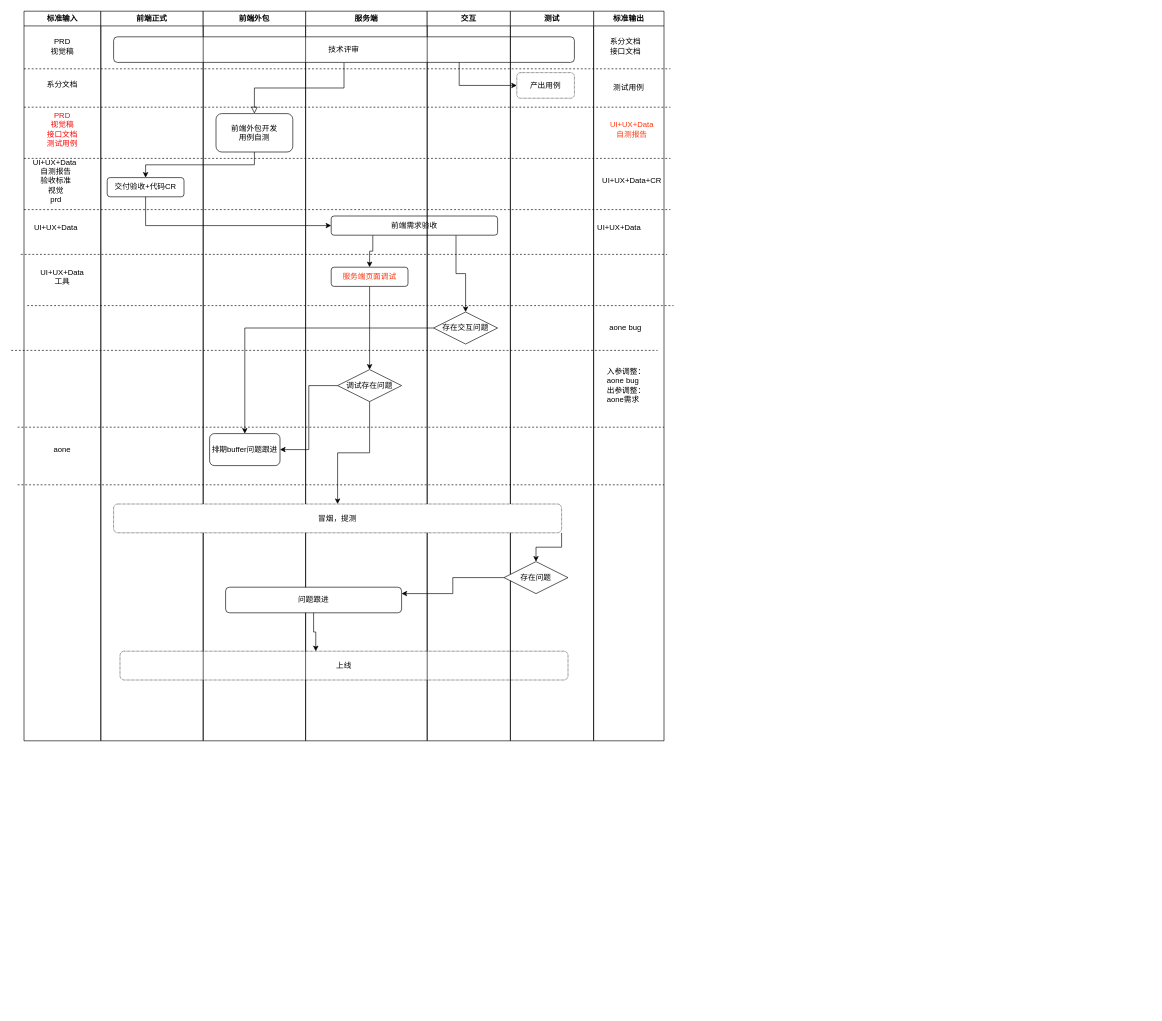
The draw.io diagram Untitled Diagram.drawio in huangzuizui/react-native-demo-TestApp20, before the edit. Source tidied: cells renumbered, new cells numbered last; positions are measured from the earlier drawing's top-left corner, leaving out a move shared by most shapes. Both pictures are drawn from the tidied source at 64%, with x=0, y=0 at pixel (11, 11).
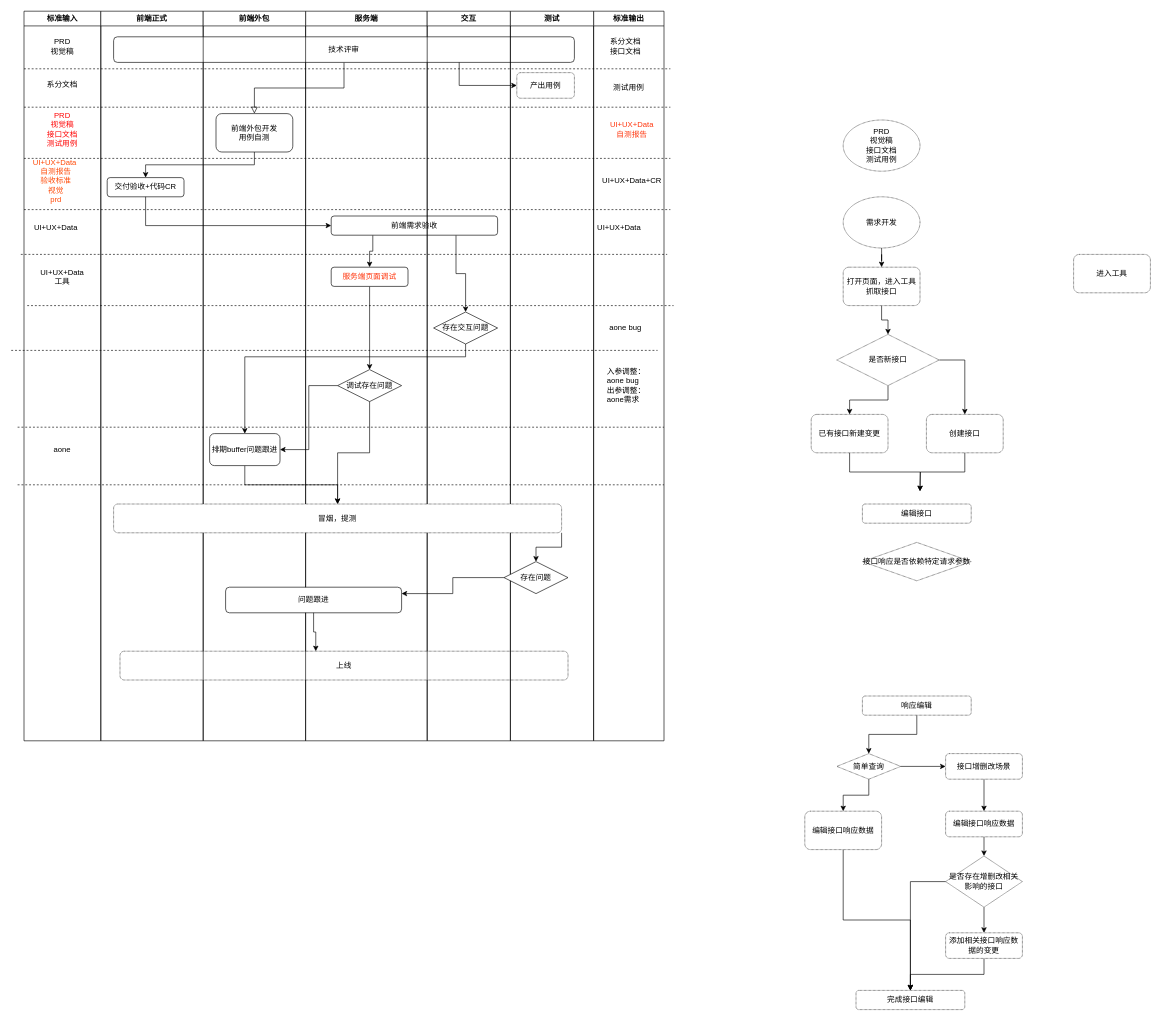
After the change.

The change refers to these unchanged cells:
```xml
<mxCell id="9" value="标准输入" style="swimlane;" parent="1" vertex="1">
  <mxGeometry x="20" width="120" height="1140" as="geometry" />
</mxCell>
<mxCell id="32" value="存在交互问题" style="rhombus;whiteSpace=wrap;html=1;" parent="31" vertex="1">
  <mxGeometry x="10" y="470" width="100" height="50" as="geometry" />
</mxCell>
<mxCell id="47" value="冒烟，提测" style="rounded=1;whiteSpace=wrap;html=1;dashed=1;dashPattern=1 1;align=center;" parent="44" vertex="1">
  <mxGeometry x="-620" y="770" width="700" height="45" as="geometry" />
</mxCell>
<mxCell id="53" value="排期buffer问题跟进" style="rounded=1;whiteSpace=wrap;html=1;" parent="1" vertex="1">
  <mxGeometry x="310" y="660" width="110" height="50" as="geometry" />
</mxCell>
```

Diff of the diagram source:
```diff
@@
-    <mxCell id="10" value="UI+UX+Data&amp;nbsp;&lt;br&gt;自测报告&lt;br&gt;验收标准&lt;br&gt;视觉&lt;br&gt;prd" style="text;html=1;strokeColor=none;fillColor=none;align=center;verticalAlign=middle;whiteSpace=wrap;rounded=0;dashed=1;dashPattern=1 1;" parent="9" vertex="1">
+    <mxCell id="10" value="UI+UX+Data&amp;nbsp;&lt;br&gt;自测报告&lt;br&gt;验收标准&lt;br&gt;视觉&lt;br&gt;prd" style="text;html=1;strokeColor=none;fillColor=none;align=center;verticalAlign=middle;whiteSpace=wrap;rounded=0;dashed=1;dashPattern=1 1;fontColor=#FF4A08;" parent="9" vertex="1">
       <mxGeometry x="20" y="240" width="60" height="50" as="geometry" />
     </mxCell>
@@
+    <mxCell id="58" style="edgeStyle=orthogonalEdgeStyle;rounded=0;jettySize=auto;html=1;exitX=0.5;exitY=1;exitDx=0;exitDy=0;fontColor=#FF330A;" parent="1" edge="1" source="53" target="47">
+      <mxGeometry relative="1" as="geometry" />
+    </mxCell>
@@
-    <mxCell id="54" style="edgeStyle=orthogonalEdgeStyle;rounded=0;jettySize=auto;html=1;exitX=0;exitY=0.5;exitDx=0;exitDy=0;entryX=0.5;entryY=0;entryDx=0;entryDy=0;" parent="1" edge="1" source="32" target="53">
-      <mxGeometry relative="1" as="geometry" />
+    <mxCell id="54" style="edgeStyle=orthogonalEdgeStyle;rounded=0;jettySize=auto;html=1;entryX=0.5;entryY=0;entryDx=0;entryDy=0;exitX=0.5;exitY=1;exitDx=0;exitDy=0;" parent="1" edge="1" source="32" target="53">
+      <mxGeometry relative="1" as="geometry">
+        <Array as="points">
+          <mxPoint x="710" y="540" />
+          <mxPoint x="365" y="540" />
+        </Array>
+      </mxGeometry>
     </mxCell>
@@
+    <mxCell id="59" value="PRD&lt;br&gt;视觉稿&lt;br&gt;接口文档&lt;br&gt;测试用例" style="ellipse;whiteSpace=wrap;html=1;dashed=1;dashPattern=1 1;fontColor=#000000;align=center;" parent="1" vertex="1">
+      <mxGeometry x="1300" y="170" width="120" height="80" as="geometry" />
+    </mxCell>
+    <mxCell id="60" style="edgeStyle=orthogonalEdgeStyle;rounded=0;jettySize=auto;html=1;exitX=0.5;exitY=1;exitDx=0;exitDy=0;fontColor=#000000;" parent="1" edge="1" source="61" target="66">
+      <mxGeometry relative="1" as="geometry" />
+    </mxCell>
+    <mxCell id="61" value="打开页面，进入工具抓取接口" style="rounded=1;whiteSpace=wrap;html=1;dashed=1;dashPattern=1 1;fontColor=#000000;align=center;" parent="1" vertex="1">
+      <mxGeometry x="1300" y="400" width="120" height="60" as="geometry" />
+    </mxCell>
+    <mxCell id="62" style="edgeStyle=orthogonalEdgeStyle;rounded=0;jettySize=auto;html=1;exitX=0.5;exitY=1;exitDx=0;exitDy=0;fontColor=#000000;" parent="1" edge="1" source="63" target="61">
+      <mxGeometry relative="1" as="geometry" />
+    </mxCell>
+    <mxCell id="63" value="需求开发" style="ellipse;whiteSpace=wrap;html=1;dashed=1;dashPattern=1 1;fontColor=#000000;align=center;" parent="1" vertex="1">
+      <mxGeometry x="1300" y="290" width="120" height="80" as="geometry" />
+    </mxCell>
+    <mxCell id="64" style="edgeStyle=orthogonalEdgeStyle;rounded=0;jettySize=auto;html=1;exitX=0.5;exitY=1;exitDx=0;exitDy=0;fontColor=#000000;" parent="1" edge="1" source="66" target="70">
+      <mxGeometry relative="1" as="geometry" />
+    </mxCell>
+    <mxCell id="65" style="edgeStyle=orthogonalEdgeStyle;rounded=0;jettySize=auto;html=1;exitX=1;exitY=0.5;exitDx=0;exitDy=0;fontColor=#000000;" parent="1" edge="1" source="66" target="68">
+      <mxGeometry relative="1" as="geometry" />
+    </mxCell>
+    <mxCell id="66" value="是否新接口" style="rhombus;whiteSpace=wrap;html=1;dashed=1;dashPattern=1 1;fontColor=#000000;align=center;" parent="1" vertex="1">
+      <mxGeometry x="1290" y="505" width="160" height="80" as="geometry" />
+    </mxCell>
+    <mxCell id="67" style="edgeStyle=orthogonalEdgeStyle;rounded=0;jettySize=auto;html=1;exitX=0.5;exitY=1;exitDx=0;exitDy=0;fontColor=#000000;entryX=0.5;entryY=0;entryDx=0;entryDy=0;" parent="1" edge="1" source="68">
+      <mxGeometry relative="1" as="geometry">
+        <mxPoint x="1420" y="750" as="targetPoint" />
+      </mxGeometry>
+    </mxCell>
+    <mxCell id="68" value="创建接口" style="rounded=1;whiteSpace=wrap;html=1;dashed=1;dashPattern=1 1;fontColor=#000000;align=center;" parent="1" vertex="1">
+      <mxGeometry x="1430" y="630" width="120" height="60" as="geometry" />
+    </mxCell>
+    <mxCell id="69" style="edgeStyle=orthogonalEdgeStyle;rounded=0;jettySize=auto;html=1;exitX=0.5;exitY=1;exitDx=0;exitDy=0;entryX=0.5;entryY=0;entryDx=0;entryDy=0;fontColor=#000000;" parent="1" edge="1" source="70">
+      <mxGeometry relative="1" as="geometry">
+        <mxPoint x="1420" y="750" as="targetPoint" />
+      </mxGeometry>
+    </mxCell>
+    <mxCell id="70" value="已有接口新建变更" style="rounded=1;whiteSpace=wrap;html=1;dashed=1;dashPattern=1 1;fontColor=#000000;align=center;" parent="1" vertex="1">
+      <mxGeometry x="1250" y="630" width="120" height="60" as="geometry" />
+    </mxCell>
+    <mxCell id="71" style="edgeStyle=orthogonalEdgeStyle;rounded=0;jettySize=auto;html=1;exitX=0.5;exitY=1;exitDx=0;exitDy=0;fontColor=#000000;" parent="1" edge="1" source="72" target="75">
+      <mxGeometry relative="1" as="geometry" />
+    </mxCell>
+    <mxCell id="72" value="响应编辑" style="rounded=1;whiteSpace=wrap;html=1;dashed=1;dashPattern=1 1;fontColor=#000000;align=center;verticalAlign=middle;" parent="1" vertex="1">
+      <mxGeometry x="1330" y="1070" width="170" height="30" as="geometry" />
+    </mxCell>
+    <mxCell id="73" style="edgeStyle=orthogonalEdgeStyle;rounded=0;jettySize=auto;html=1;exitX=0.5;exitY=1;exitDx=0;exitDy=0;fontColor=#000000;" parent="1" edge="1" source="75" target="77">
+      <mxGeometry relative="1" as="geometry" />
+    </mxCell>
+    <mxCell id="74" style="edgeStyle=orthogonalEdgeStyle;rounded=0;jettySize=auto;html=1;exitX=1;exitY=0.5;exitDx=0;exitDy=0;entryX=0;entryY=0.5;entryDx=0;entryDy=0;fontColor=#000000;" parent="1" edge="1" source="75" target="80">
+      <mxGeometry relative="1" as="geometry" />
+    </mxCell>
+    <mxCell id="75" value="简单查询" style="rhombus;whiteSpace=wrap;html=1;dashed=1;dashPattern=1 1;fontColor=#000000;align=center;verticalAlign=middle;" parent="1" vertex="1">
+      <mxGeometry x="1290" y="1160" width="100" height="40" as="geometry" />
+    </mxCell>
+    <mxCell id="76" style="edgeStyle=orthogonalEdgeStyle;rounded=0;jettySize=auto;html=1;exitX=0.5;exitY=1;exitDx=0;exitDy=0;fontColor=#000000;" parent="1" edge="1" source="77" target="89">
+      <mxGeometry relative="1" as="geometry" />
+    </mxCell>
+    <mxCell id="77" value="编辑接口响应数据" style="rounded=1;whiteSpace=wrap;html=1;dashed=1;dashPattern=1 1;fontColor=#000000;align=center;verticalAlign=middle;" parent="1" vertex="1">
+      <mxGeometry x="1240" y="1250" width="120" height="60" as="geometry" />
+    </mxCell>
+    <mxCell id="78" value="进入工具" style="rounded=1;whiteSpace=wrap;html=1;dashed=1;dashPattern=1 1;fontColor=#000000;align=center;" parent="1" vertex="1">
+      <mxGeometry x="1660" y="380" width="120" height="60" as="geometry" />
+    </mxCell>
+    <mxCell id="79" style="edgeStyle=orthogonalEdgeStyle;rounded=0;jettySize=auto;html=1;exitX=0.5;exitY=1;exitDx=0;exitDy=0;fontColor=#000000;" parent="1" edge="1" source="80" target="82">
+      <mxGeometry relative="1" as="geometry" />
+    </mxCell>
+    <mxCell id="80" value="接口增删改场景" style="rounded=1;whiteSpace=wrap;html=1;dashed=1;dashPattern=1 1;fontColor=#000000;align=center;verticalAlign=middle;" parent="1" vertex="1">
+      <mxGeometry x="1460" y="1160" width="120" height="40" as="geometry" />
+    </mxCell>
+    <mxCell id="81" style="edgeStyle=orthogonalEdgeStyle;rounded=0;jettySize=auto;html=1;exitX=0.5;exitY=1;exitDx=0;exitDy=0;entryX=0.5;entryY=0;entryDx=0;entryDy=0;fontColor=#000000;" parent="1" edge="1" source="82" target="85">
+      <mxGeometry relative="1" as="geometry" />
+    </mxCell>
+    <mxCell id="82" value="编辑接口响应数据" style="rounded=1;whiteSpace=wrap;html=1;dashed=1;dashPattern=1 1;fontColor=#000000;align=center;verticalAlign=middle;" parent="1" vertex="1">
+      <mxGeometry x="1460" y="1250" width="120" height="40" as="geometry" />
+    </mxCell>
+    <mxCell id="83" style="edgeStyle=orthogonalEdgeStyle;rounded=0;jettySize=auto;html=1;exitX=0.5;exitY=1;exitDx=0;exitDy=0;entryX=0.5;entryY=0;entryDx=0;entryDy=0;fontColor=#000000;" parent="1" edge="1" source="85" target="87">
+      <mxGeometry relative="1" as="geometry" />
+    </mxCell>
+    <mxCell id="84" style="edgeStyle=orthogonalEdgeStyle;rounded=0;jettySize=auto;html=1;exitX=0;exitY=0.5;exitDx=0;exitDy=0;fontColor=#000000;entryX=0.5;entryY=0;entryDx=0;entryDy=0;" parent="1" edge="1" source="85" target="89">
+      <mxGeometry relative="1" as="geometry" />
+    </mxCell>
+    <mxCell id="85" value="是否存在增删改相关影响的接口" style="rhombus;whiteSpace=wrap;html=1;dashed=1;dashPattern=1 1;fontColor=#000000;align=center;verticalAlign=middle;" parent="1" vertex="1">
+      <mxGeometry x="1460" y="1320" width="120" height="80" as="geometry" />
+    </mxCell>
+    <mxCell id="86" style="edgeStyle=orthogonalEdgeStyle;rounded=0;jettySize=auto;html=1;exitX=0.5;exitY=1;exitDx=0;exitDy=0;fontColor=#000000;entryX=0.5;entryY=0;entryDx=0;entryDy=0;" parent="1" edge="1" source="87" target="89">
+      <mxGeometry relative="1" as="geometry" />
+    </mxCell>
+    <mxCell id="87" value="添加相关接口响应数据的变更" style="rounded=1;whiteSpace=wrap;html=1;dashed=1;dashPattern=1 1;fontColor=#000000;align=center;verticalAlign=middle;" parent="1" vertex="1">
+      <mxGeometry x="1460" y="1440" width="120" height="40" as="geometry" />
+    </mxCell>
+    <mxCell id="88" value="编辑接口" style="rounded=1;whiteSpace=wrap;html=1;dashed=1;dashPattern=1 1;fontColor=#000000;align=center;verticalAlign=middle;" parent="1" vertex="1">
+      <mxGeometry x="1330" y="770" width="170" height="30" as="geometry" />
+    </mxCell>
+    <mxCell id="89" value="完成接口编辑" style="rounded=1;whiteSpace=wrap;html=1;dashed=1;dashPattern=1 1;fontColor=#000000;align=center;verticalAlign=middle;" parent="1" vertex="1">
+      <mxGeometry x="1320" y="1530" width="170" height="30" as="geometry" />
+    </mxCell>
+    <mxCell id="90" value="接口响应是否依赖特定请求参数" style="rhombus;whiteSpace=wrap;html=1;dashed=1;dashPattern=1 1;fontColor=#000000;align=center;verticalAlign=middle;" parent="1" vertex="1">
+      <mxGeometry x="1330" y="830" width="170" height="60" as="geometry" />
+    </mxCell>
```
